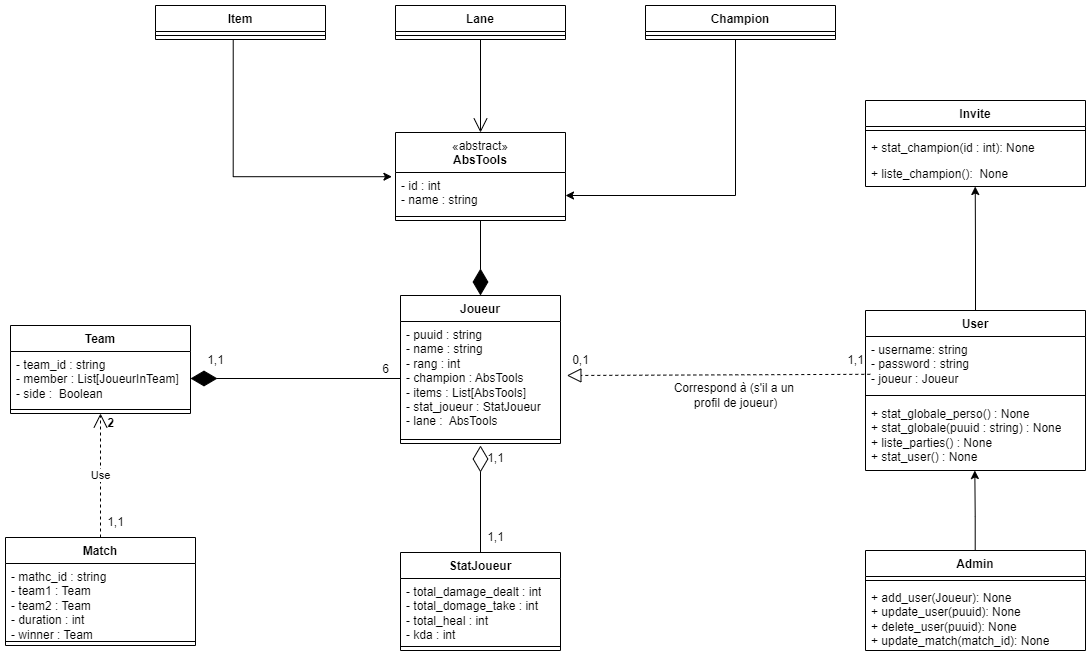
This is doc/League of legends.png from Niyo-D-JC/Outil-Analyse-LOL, a draw.io export, as it was before one commit. Source tidied: cells renumbered, new cells last; positions are measured from the earlier drawing's top-left corner, leaving out a move shared by most shapes.
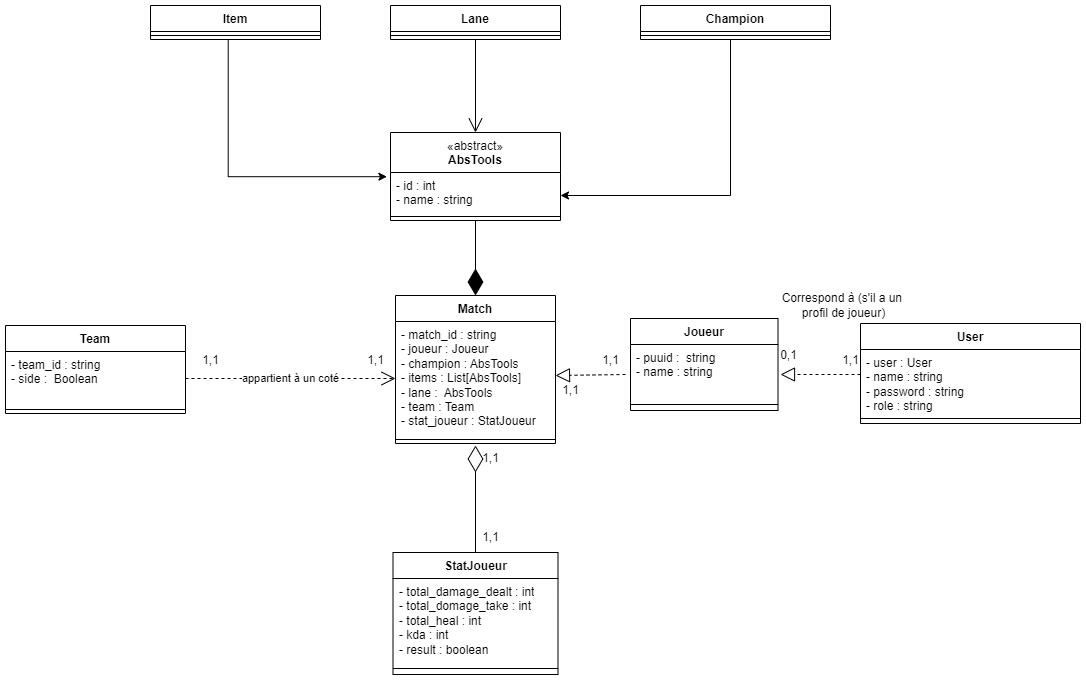
After the change.

Change to the diagram source:
```diff
@@ -3,37 +3,18 @@
     <mxCell id="0" />
     <mxCell id="1" parent="0" />
     <mxCell id="2" value="StatJoueur" style="swimlane;fontStyle=1;align=center;verticalAlign=top;horizontal=1;startSize=26;whiteSpace=wrap;html=1;" parent="1" vertex="1">
-      <mxGeometry x="395" y="547" width="160" height="98" as="geometry" />
+      <mxGeometry x="392.5" y="547" width="165" height="122" as="geometry" />
     </mxCell>
-    <mxCell id="3" value="- total_damage_dealt : int&lt;br&gt;- total_domage_take : int&lt;br&gt;- total_heal : int&lt;br&gt;- kda : int" style="text;strokeColor=none;fillColor=none;align=left;verticalAlign=top;spacingLeft=4;spacingRight=4;overflow=hidden;whiteSpace=wrap;html=1;" parent="2" vertex="1">
-      <mxGeometry y="26" width="160" height="64" as="geometry" />
+    <mxCell id="3" value="- total_damage_dealt : int&lt;br&gt;- total_domage_take : int&lt;br&gt;- total_heal : int&lt;br&gt;- kda : int&lt;br&gt;- result : boolean" style="text;strokeColor=none;fillColor=none;align=left;verticalAlign=top;spacingLeft=4;spacingRight=4;overflow=hidden;whiteSpace=wrap;html=1;" parent="2" vertex="1">
+      <mxGeometry y="26" width="165" height="84" as="geometry" />
     </mxCell>
     <mxCell id="4" style="line;strokeWidth=1;fillColor=none;align=left;verticalAlign=middle;spacingTop=-1;spacingLeft=3;spacingRight=3;labelPosition=right;strokeColor=inherit;" parent="2" vertex="1">
-      <mxGeometry y="90" width="160" height="8" as="geometry" />
+      <mxGeometry y="110" width="165" height="12" as="geometry" />
     </mxCell>
-    <mxCell id="5" style="edgeStyle=orthogonalEdgeStyle;rounded=0;orthogonalLoop=1;jettySize=auto;html=1;entryX=0.491;entryY=1.05;entryDx=0;entryDy=0;entryPerimeter=0;" parent="1" edge="1">
-      <mxGeometry relative="1" as="geometry">
-        <mxPoint x="969.7" y="560.6" as="sourcePoint" />
-        <mxPoint x="969.3" y="465" as="targetPoint" />
-        <Array as="points">
-          <mxPoint x="969.7" y="510.6" />
-          <mxPoint x="969.7" y="510.6" />
-        </Array>
-      </mxGeometry>
-    </mxCell>
-    <mxCell id="6" value="Admin" style="swimlane;fontStyle=1;align=center;verticalAlign=top;horizontal=1;startSize=26;whiteSpace=wrap;html=1;" parent="1" vertex="1">
-      <mxGeometry x="860" y="545" width="220" height="100" as="geometry" />
-    </mxCell>
-    <mxCell id="7" style="line;strokeWidth=1;fillColor=none;align=left;verticalAlign=middle;spacingTop=-1;spacingLeft=3;spacingRight=3;labelPosition=right;strokeColor=inherit;" parent="6" vertex="1">
-      <mxGeometry y="26" width="220" height="8" as="geometry" />
-    </mxCell>
-    <mxCell id="8" value="+ add_user(Joueur): None&lt;br&gt;+ update_user(puuid): None&lt;br&gt;+ delete_user(puuid): None&lt;br&gt;+ update_match(match_id): None" style="text;strokeColor=none;fillColor=none;align=left;verticalAlign=top;spacingLeft=4;spacingRight=4;overflow=hidden;whiteSpace=wrap;html=1;" parent="6" vertex="1">
-      <mxGeometry y="34" width="220" height="66" as="geometry" />
-    </mxCell>
-    <mxCell id="9" value="Joueur" style="swimlane;fontStyle=1;align=center;verticalAlign=top;horizontal=1;startSize=26;whiteSpace=wrap;html=1;" parent="1" vertex="1">
+    <mxCell id="9" value="Match" style="swimlane;fontStyle=1;align=center;verticalAlign=top;horizontal=1;startSize=26;whiteSpace=wrap;html=1;" parent="1" vertex="1">
       <mxGeometry x="395" y="290" width="160" height="148" as="geometry" />
     </mxCell>
-    <mxCell id="10" value="- puuid : string&lt;br&gt;- name : string&lt;br&gt;- rang : int&lt;br&gt;- champion : AbsTools&lt;br&gt;- items : List[AbsTools]&lt;br&gt;- stat_joueur : StatJoueur&lt;br&gt;- lane :&amp;nbsp; AbsTools" style="text;strokeColor=none;fillColor=none;align=left;verticalAlign=top;spacingLeft=4;spacingRight=4;overflow=hidden;points=[[0,0.5],[1,0.5]];portConstraint=eastwest;whiteSpace=wrap;html=1;" parent="9" vertex="1">
+    <mxCell id="10" value="- match_id : string&lt;br&gt;- joueur : Joueur&lt;br&gt;- champion : AbsTools&lt;br&gt;- items : List[AbsTools]&lt;br&gt;- lane :&amp;nbsp; AbsTools&lt;br&gt;- team : Team&lt;br&gt;- stat_joueur : StatJoueur" style="text;strokeColor=none;fillColor=none;align=left;verticalAlign=top;spacingLeft=4;spacingRight=4;overflow=hidden;points=[[0,0.5],[1,0.5]];portConstraint=eastwest;whiteSpace=wrap;html=1;" parent="9" vertex="1">
       <mxGeometry y="26" width="160" height="114" as="geometry" />
     </mxCell>
     <mxCell id="11" style="line;strokeWidth=1;fillColor=none;align=left;verticalAlign=middle;spacingTop=-1;spacingLeft=3;spacingRight=3;labelPosition=right;strokeColor=inherit;" parent="9" vertex="1">
@@ -42,33 +23,21 @@
     <mxCell id="12" value="Team" style="swimlane;fontStyle=1;align=center;verticalAlign=top;horizontal=1;startSize=26;whiteSpace=wrap;html=1;" parent="1" vertex="1">
       <mxGeometry x="5" y="320" width="180" height="88" as="geometry" />
     </mxCell>
-    <mxCell id="13" value="- team_id : string&lt;br&gt;- member : List[JoueurInTeam]&lt;br&gt;- side :&amp;nbsp; Boolean" style="text;strokeColor=none;fillColor=none;align=left;verticalAlign=top;spacingLeft=4;spacingRight=4;overflow=hidden;points=[[0,0.5],[1,0.5]];portConstraint=eastwest;whiteSpace=wrap;html=1;" parent="12" vertex="1">
+    <mxCell id="13" value="- team_id : string&lt;br&gt;- side :&amp;nbsp; Boolean" style="text;strokeColor=none;fillColor=none;align=left;verticalAlign=top;spacingLeft=4;spacingRight=4;overflow=hidden;points=[[0,0.5],[1,0.5]];portConstraint=eastwest;whiteSpace=wrap;html=1;" parent="12" vertex="1">
       <mxGeometry y="26" width="180" height="54" as="geometry" />
     </mxCell>
     <mxCell id="14" style="line;strokeWidth=1;fillColor=none;align=left;verticalAlign=middle;spacingTop=-1;spacingLeft=3;spacingRight=3;labelPosition=right;strokeColor=inherit;" parent="12" vertex="1">
       <mxGeometry y="80" width="180" height="8" as="geometry" />
     </mxCell>
-    <mxCell id="15" value="Match" style="swimlane;fontStyle=1;align=center;verticalAlign=top;horizontal=1;startSize=26;whiteSpace=wrap;html=1;" parent="1" vertex="1">
-      <mxGeometry y="532" width="190" height="108" as="geometry" />
-    </mxCell>
-    <mxCell id="16" value="- mathc_id : string&lt;br&gt;- team1 : Team&lt;br&gt;- team2 : Team&lt;br&gt;- duration : int&lt;br&gt;- winner : Team" style="text;strokeColor=none;fillColor=none;align=left;verticalAlign=top;spacingLeft=4;spacingRight=4;overflow=hidden;whiteSpace=wrap;html=1;" parent="15" vertex="1">
-      <mxGeometry y="26" width="190" height="74" as="geometry" />
-    </mxCell>
-    <mxCell id="17" style="line;strokeWidth=1;fillColor=none;align=left;verticalAlign=middle;spacingTop=-1;spacingLeft=3;spacingRight=3;labelPosition=right;strokeColor=inherit;" parent="15" vertex="1">
-      <mxGeometry y="100" width="190" height="8" as="geometry" />
-    </mxCell>
     <mxCell id="18" value="Champion" style="swimlane;fontStyle=1;align=center;verticalAlign=top;horizontal=1;startSize=26;whiteSpace=wrap;html=1;" parent="1" vertex="1">
       <mxGeometry x="640" width="190" height="34" as="geometry" />
     </mxCell>
     <mxCell id="19" style="line;strokeWidth=1;fillColor=none;align=left;verticalAlign=middle;spacingTop=-1;spacingLeft=3;spacingRight=3;labelPosition=right;strokeColor=inherit;" parent="18" vertex="1">
       <mxGeometry y="26" width="190" height="8" as="geometry" />
     </mxCell>
-    <mxCell id="20" value="Use" style="endArrow=open;endSize=12;dashed=1;html=1;rounded=0;exitX=0.5;exitY=0;exitDx=0;exitDy=0;entryX=0.5;entryY=1;entryDx=0;entryDy=0;" parent="1" edge="1" source="15" target="12">
+    <mxCell id="20" value="appartient à un coté" style="endArrow=open;endSize=12;dashed=1;html=1;rounded=0;exitX=1;exitY=0.5;exitDx=0;exitDy=0;entryX=0;entryY=0.5;entryDx=0;entryDy=0;" parent="1" edge="1" source="13" target="10">
       <mxGeometry relative="1" as="geometry" />
     </mxCell>
-    <mxCell id="21" value="2" style="text;align=center;fontStyle=1;verticalAlign=middle;spacingLeft=3;spacingRight=3;strokeColor=none;html=1;" parent="1" vertex="1">
-      <mxGeometry x="65" y="405" width="80" height="26" as="geometry" />
-    </mxCell>
     <mxCell id="22" style="endArrow=diamondThin;endFill=1;endSize=24;html=1;rounded=0;exitX=0.5;exitY=1;exitDx=0;exitDy=0;" parent="1" edge="1" source="26">
       <mxGeometry relative="1" as="geometry">
         <mxPoint x="475" y="290" as="targetPoint" />
@@ -111,54 +80,28 @@
       </mxGeometry>
     </mxCell>
     <mxCell id="31" value="User" style="swimlane;fontStyle=1;align=center;verticalAlign=top;horizontal=1;startSize=26;whiteSpace=wrap;html=1;" parent="1" vertex="1">
-      <mxGeometry x="860" y="305" width="220" height="160" as="geometry" />
+      <mxGeometry x="860" y="318" width="220" height="100" as="geometry" />
     </mxCell>
-    <mxCell id="32" value="- username: string&lt;br&gt;- password : string&lt;br&gt;- joueur : Joueur" style="text;strokeColor=none;fillColor=none;align=left;verticalAlign=top;spacingLeft=4;spacingRight=4;overflow=hidden;whiteSpace=wrap;html=1;" parent="31" vertex="1">
-      <mxGeometry y="26" width="220" height="54" as="geometry" />
+    <mxCell id="32" value="- user : User&lt;br style=&quot;border-color: var(--border-color);&quot;&gt;- name : string&lt;br&gt;- password : string&lt;br&gt;- role : string" style="text;strokeColor=none;fillColor=none;align=left;verticalAlign=top;spacingLeft=4;spacingRight=4;overflow=hidden;whiteSpace=wrap;html=1;" parent="31" vertex="1">
+      <mxGeometry y="26" width="220" height="64" as="geometry" />
     </mxCell>
     <mxCell id="33" style="line;strokeWidth=1;fillColor=none;align=left;verticalAlign=middle;spacingTop=-1;spacingLeft=3;spacingRight=3;labelPosition=right;strokeColor=inherit;" parent="31" vertex="1">
-      <mxGeometry y="80" width="220" height="10" as="geometry" />
+      <mxGeometry y="90" width="220" height="10" as="geometry" />
     </mxCell>
-    <mxCell id="34" value="+ stat_globale_perso() : None&lt;br style=&quot;border-color: var(--border-color);&quot;&gt;+ stat_globale(puuid : string) : None&lt;br&gt;+ liste_parties() : None&lt;br&gt;+ stat_user() : None" style="text;strokeColor=none;fillColor=none;align=left;verticalAlign=top;spacingLeft=4;spacingRight=4;overflow=hidden;whiteSpace=wrap;html=1;" parent="31" vertex="1">
-      <mxGeometry y="90" width="220" height="70" as="geometry" />
-    </mxCell>
-    <mxCell id="35" style="edgeStyle=orthogonalEdgeStyle;rounded=0;jettySize=auto;html=1;entryX=0.491;entryY=1.05;entryDx=0;entryDy=0;entryPerimeter=0;exitX=0.5;exitY=0;exitDx=0;exitDy=0;" parent="1" edge="1" source="31">
-      <mxGeometry relative="1" as="geometry">
-        <mxPoint x="969.7" y="181" as="targetPoint" />
-      </mxGeometry>
-    </mxCell>
-    <mxCell id="36" value="Invite" style="swimlane;fontStyle=1;align=center;verticalAlign=top;horizontal=1;startSize=26;whiteSpace=wrap;html=1;" parent="1" vertex="1">
-      <mxGeometry x="860" y="95" width="220" height="86" as="geometry" />
-    </mxCell>
-    <mxCell id="37" style="line;strokeWidth=1;fillColor=none;align=left;verticalAlign=middle;spacingTop=-1;spacingLeft=3;spacingRight=3;labelPosition=right;strokeColor=inherit;" parent="36" vertex="1">
-      <mxGeometry y="26" width="220" height="8" as="geometry" />
-    </mxCell>
-    <mxCell id="38" value="+ stat_champion(id : int): None" style="text;strokeColor=none;fillColor=none;align=left;verticalAlign=top;spacingLeft=4;spacingRight=4;overflow=hidden;whiteSpace=wrap;html=1;" parent="36" vertex="1">
-      <mxGeometry y="34" width="220" height="26" as="geometry" />
-    </mxCell>
-    <mxCell id="39" value="+ liste_champion():&amp;nbsp; None" style="text;strokeColor=none;fillColor=none;align=left;verticalAlign=top;spacingLeft=4;spacingRight=4;overflow=hidden;whiteSpace=wrap;html=1;" parent="36" vertex="1">
-      <mxGeometry y="60" width="220" height="26" as="geometry" />
-    </mxCell>
-    <mxCell id="40" style="endArrow=block;dashed=1;endFill=0;endSize=12;html=1;rounded=0;exitX=0.87;exitY=0.96;exitDx=0;exitDy=0;exitPerimeter=0;entryX=1.026;entryY=0.604;entryDx=0;entryDy=0;entryPerimeter=0;" parent="1" edge="1" source="42">
+    <mxCell id="40" style="endArrow=block;dashed=1;endFill=0;endSize=12;html=1;rounded=0;exitX=0.75;exitY=0.967;exitDx=0;exitDy=0;exitPerimeter=0;" parent="1" edge="1" source="42">
       <mxGeometry relative="1" as="geometry">
-        <mxPoint x="561.4" y="370" as="targetPoint" />
+        <mxPoint x="780" y="369" as="targetPoint" />
       </mxGeometry>
     </mxCell>
     <mxCell id="41" value="0,1" style="text;html=1;align=center;verticalAlign=middle;strokeColor=none;fillColor=none;" parent="1" vertex="1">
-      <mxGeometry x="555" y="340" width="40" height="30" as="geometry" />
+      <mxGeometry x="767.5" y="335" width="40" height="30" as="geometry" />
     </mxCell>
     <mxCell id="42" value="1,1" style="text;html=1;align=center;verticalAlign=middle;points=[];strokeColor=none;fillColor=none;" parent="1" vertex="1">
       <mxGeometry x="830" y="340" width="40" height="30" as="geometry" />
     </mxCell>
     <mxCell id="43" value="Correspond à (s'il a un&amp;nbsp;&lt;br&gt;profil de joueur)" style="text;html=1;align=center;verticalAlign=middle;strokeColor=none;fillColor=none;" parent="1" vertex="1">
-      <mxGeometry x="655" y="370" width="150" height="40" as="geometry" />
+      <mxGeometry x="767.5" y="280" width="150" height="40" as="geometry" />
     </mxCell>
-    <mxCell id="44" style="endArrow=diamondThin;endFill=1;endSize=24;html=1;rounded=0;exitX=0;exitY=0.5;exitDx=0;exitDy=0;entryX=1;entryY=0.5;entryDx=0;entryDy=0;" parent="1" edge="1" source="10" target="13">
-      <mxGeometry relative="1" as="geometry" />
-    </mxCell>
-    <mxCell id="45" value="6" style="text;html=1;align=center;verticalAlign=middle;strokeColor=none;fillColor=none;" parent="1" vertex="1">
-      <mxGeometry x="365" y="349" width="30" height="30" as="geometry" />
-    </mxCell>
     <mxCell id="46" value="Lane" style="swimlane;fontStyle=1;align=center;verticalAlign=top;horizontal=1;startSize=26;whiteSpace=wrap;html=1;" parent="1" vertex="1">
       <mxGeometry x="390" width="170" height="34" as="geometry" />
     </mxCell>
@@ -171,14 +114,35 @@
     <mxCell id="49" value="1,1" style="text;html=1;align=center;verticalAlign=middle;strokeColor=none;fillColor=none;" parent="1" vertex="1">
       <mxGeometry x="470" y="517" width="40" height="30" as="geometry" />
     </mxCell>
-    <mxCell id="50" value="1,1" style="text;html=1;align=center;verticalAlign=middle;strokeColor=none;fillColor=none;" parent="1" vertex="1">
-      <mxGeometry x="90" y="502" width="40" height="30" as="geometry" />
-    </mxCell>
     <mxCell id="51" value="1,1" style="text;html=1;align=center;verticalAlign=middle;strokeColor=none;fillColor=none;" parent="1" vertex="1">
       <mxGeometry x="190" y="340" width="40" height="30" as="geometry" />
     </mxCell>
     <mxCell id="52" value="1,1" style="text;html=1;align=center;verticalAlign=middle;strokeColor=none;fillColor=none;" parent="1" vertex="1">
       <mxGeometry x="470" y="438" width="40" height="30" as="geometry" />
     </mxCell>
+    <mxCell id="53" value="Joueur" style="swimlane;fontStyle=1;align=center;verticalAlign=top;horizontal=1;startSize=26;whiteSpace=wrap;html=1;" parent="1" vertex="1">
+      <mxGeometry x="630" y="313" width="147.5" height="92" as="geometry" />
+    </mxCell>
+    <mxCell id="54" value="- puuid :&amp;nbsp; string&lt;br&gt;- name : string" style="text;strokeColor=none;fillColor=none;align=left;verticalAlign=top;spacingLeft=4;spacingRight=4;overflow=hidden;whiteSpace=wrap;html=1;" parent="53" vertex="1">
+      <mxGeometry y="26" width="147.5" height="54" as="geometry" />
+    </mxCell>
+    <mxCell id="55" style="line;strokeWidth=1;fillColor=none;align=left;verticalAlign=middle;spacingTop=-1;spacingLeft=3;spacingRight=3;labelPosition=right;strokeColor=inherit;" parent="53" vertex="1">
+      <mxGeometry y="80" width="147.5" height="12" as="geometry" />
+    </mxCell>
+    <mxCell id="56" value="1,1" style="text;html=1;align=center;verticalAlign=middle;strokeColor=none;fillColor=none;" parent="1" vertex="1">
+      <mxGeometry x="355" y="340" width="40" height="30" as="geometry" />
+    </mxCell>
+    <mxCell id="57" style="endArrow=block;dashed=1;endFill=0;endSize=12;html=1;rounded=0;exitX=0.75;exitY=0.967;exitDx=0;exitDy=0;exitPerimeter=0;" parent="1" edge="1">
+      <mxGeometry relative="1" as="geometry">
+        <mxPoint x="625" y="369" as="sourcePoint" />
+        <mxPoint x="555" y="370" as="targetPoint" />
+      </mxGeometry>
+    </mxCell>
+    <mxCell id="58" value="1,1" style="text;html=1;align=center;verticalAlign=middle;strokeColor=none;fillColor=none;" parent="1" vertex="1">
+      <mxGeometry x="550" y="370" width="40" height="30" as="geometry" />
+    </mxCell>
+    <mxCell id="59" value="1,1" style="text;html=1;align=center;verticalAlign=middle;strokeColor=none;fillColor=none;" parent="1" vertex="1">
+      <mxGeometry x="590" y="340" width="40" height="30" as="geometry" />
+    </mxCell>
   </root>
 </mxGraphModel>
```
